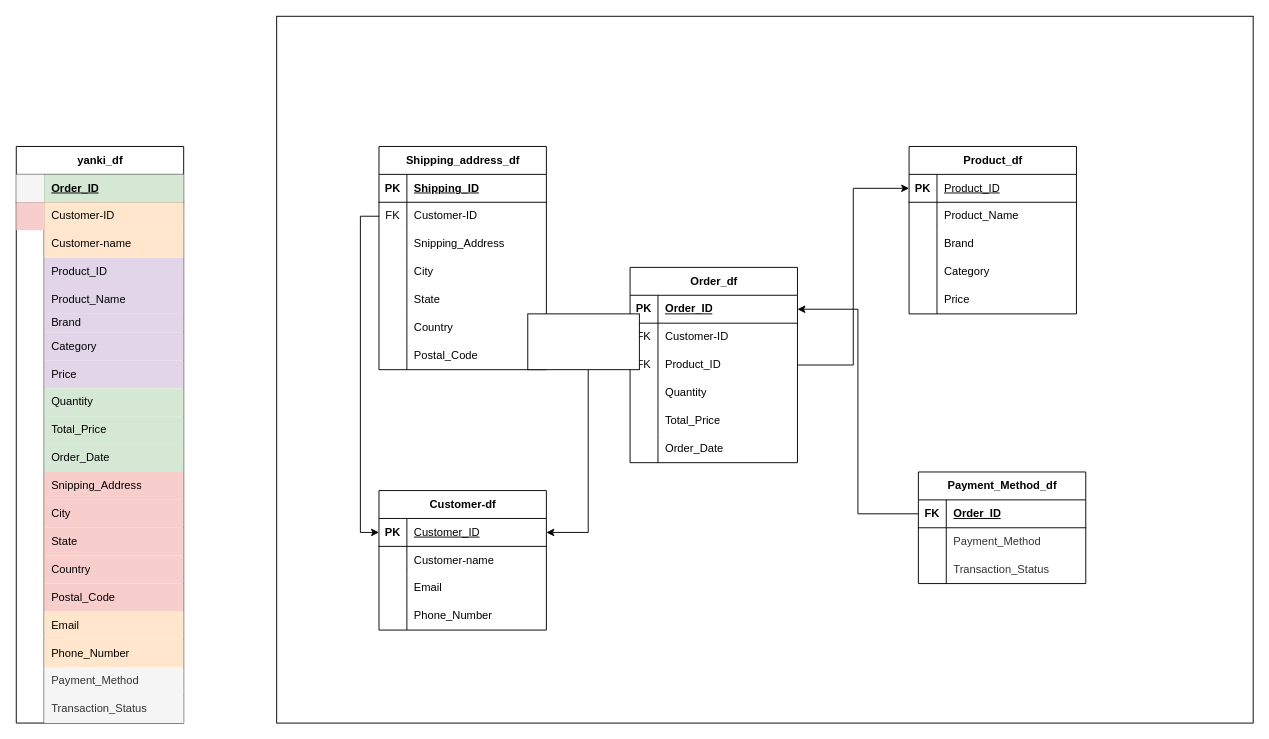
Earlier version of the draw.io diagram page "Page-1" (1 of 2) of data model.drawio (Shedrack-Ogbuike/Yanki_Ecommerce-_case_study). Source tidied: cells renumbered, new cells numbered last; positions are measured from the earlier drawing's top-left corner, leaving out a move shared by most shapes. Both pictures are drawn from the tidied source at 93%, with x=0, y=0 at pixel (16, 16).
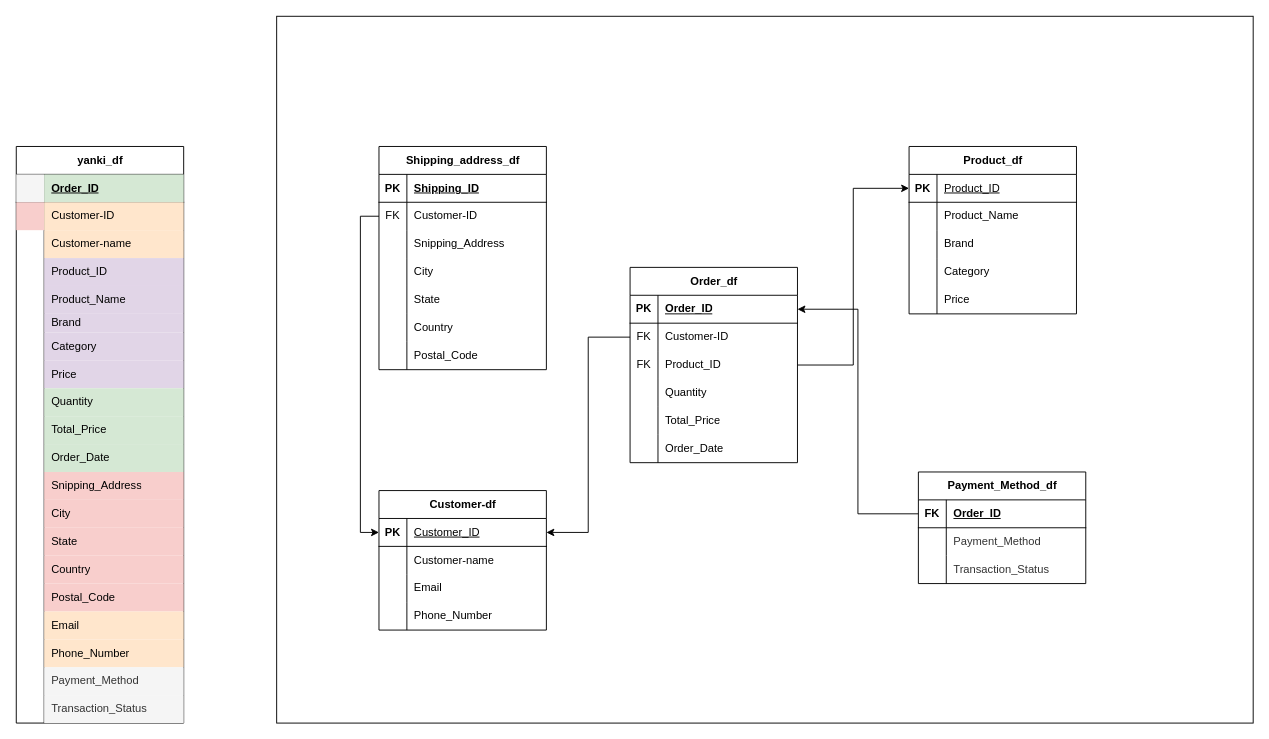
The same page after the edit.

What changed in the source:
```diff
@@
-    <mxCell id="148" style="rounded=0;whiteSpace=wrap;html=1;" parent="1" vertex="1">
-      <mxGeometry x="550" y="320" width="120" height="60" as="geometry" />
-    </mxCell>
```
